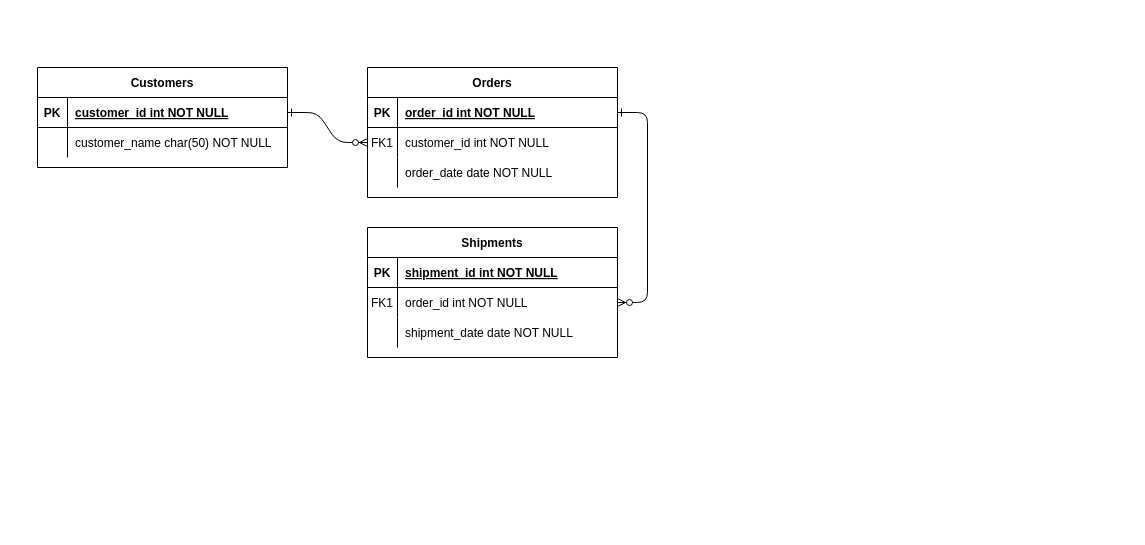
The draw.io diagram model_conceptual.drawio in vladmagosin/modelare_db, before the edit. Source tidied: cells renumbered, new cells numbered last; positions are measured from the earlier drawing's top-left corner, leaving out a move shared by most shapes. Both pictures are drawn from the tidied source at 100%, with x=0, y=0 at pixel (37, 67).
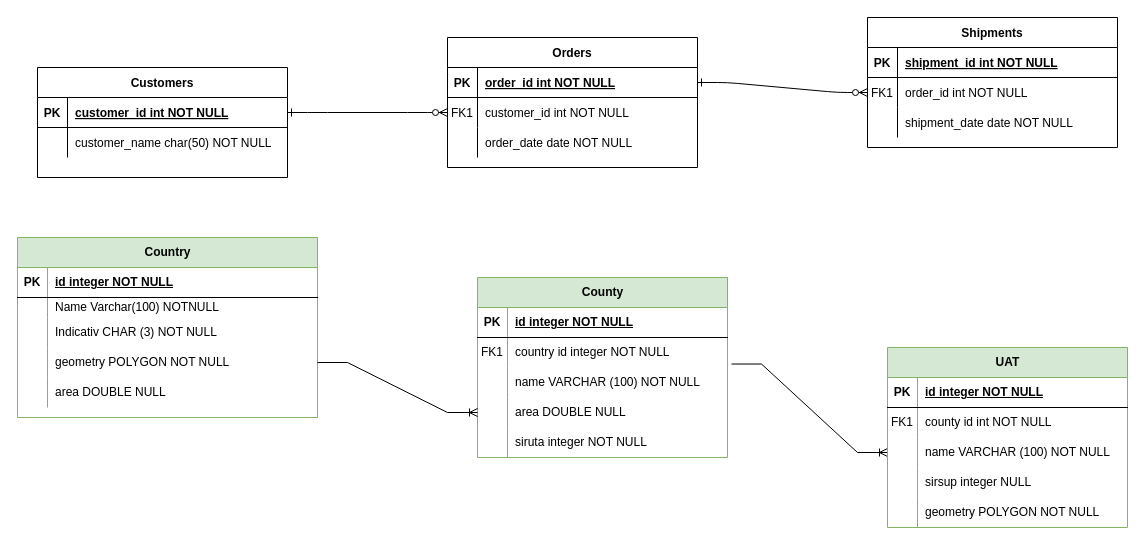
The same page after the edit.

Diff of the diagram source:
```diff
@@
     <mxCell id="4" value="Orders" style="shape=table;startSize=30;childLayout=tableLayout;rowLines=0;fontStyle=1;align=center;" parent="1" vertex="1">
-      <mxGeometry x="330" width="250" height="130" as="geometry" />
+      <mxGeometry x="410" y="-30" width="250" height="130" as="geometry" />
     </mxCell>
@@
     <mxCell id="14" value="Shipments" style="shape=table;startSize=30;childLayout=tableLayout;rowLines=0;fontStyle=1;align=center;" parent="1" vertex="1">
-      <mxGeometry x="330" y="160" width="250" height="130" as="geometry" />
+      <mxGeometry x="830" y="-50" width="250" height="130" as="geometry" />
     </mxCell>
@@
     <mxCell id="24" value="Customers" style="shape=table;startSize=30;childLayout=tableLayout;rowLines=0;fontStyle=1;align=center;" parent="1" vertex="1">
-      <mxGeometry width="250" height="100" as="geometry" />
+      <mxGeometry width="250" height="110" as="geometry" />
     </mxCell>
@@
+    <mxCell id="31" value="Country" style="shape=table;startSize=30;childLayout=tableLayout;rowLines=0;fontStyle=1;align=center;html=1;fillColor=#d5e8d4;strokeColor=#82b366;" parent="1" vertex="1">
+      <mxGeometry x="-20" y="170" width="300" height="180" as="geometry" />
+    </mxCell>
+    <mxCell id="32" style="shape=tableRow;horizontal=0;startSize=0;swimlaneHead=0;swimlaneBody=0;fillColor=none;top=0;left=0;right=0;bottom=1;" parent="31" vertex="1">
+      <mxGeometry y="30" width="300" height="30" as="geometry" />
+    </mxCell>
+    <mxCell id="33" value="PK" style="shape=partialRectangle;fillColor=none;top=0;left=0;bottom=0;right=0;fontStyle=1;overflow=hidden;whiteSpace=wrap;html=1;" parent="32" vertex="1">
+      <mxGeometry width="30" height="30" as="geometry" />
+    </mxCell>
+    <mxCell id="34" value="id integer NOT NULL" style="shape=partialRectangle;fillColor=none;top=0;left=0;bottom=0;right=0;align=left;spacingLeft=6;fontStyle=5;overflow=hidden;whiteSpace=wrap;html=1;" parent="32" vertex="1">
+      <mxGeometry x="30" width="270" height="30" as="geometry" />
+    </mxCell>
+    <mxCell id="35" style="shape=tableRow;horizontal=0;startSize=0;swimlaneHead=0;swimlaneBody=0;fillColor=none;top=0;left=0;right=0;bottom=0;" parent="31" vertex="1">
+      <mxGeometry y="60" width="300" height="20" as="geometry" />
+    </mxCell>
+    <mxCell id="36" style="shape=partialRectangle;fillColor=none;top=0;left=0;bottom=0;right=0;overflow=hidden;whiteSpace=wrap;html=1;" parent="35" vertex="1">
+      <mxGeometry width="30" height="20" as="geometry" />
+    </mxCell>
+    <mxCell id="37" value="Name Varchar(100) NOTNULL" style="shape=partialRectangle;fillColor=none;top=0;left=0;bottom=0;right=0;align=left;spacingLeft=6;overflow=hidden;whiteSpace=wrap;html=1;" parent="35" vertex="1">
+      <mxGeometry x="30" width="270" height="20" as="geometry" />
+    </mxCell>
+    <mxCell id="38" style="shape=tableRow;horizontal=0;startSize=0;swimlaneHead=0;swimlaneBody=0;fillColor=none;top=0;left=0;right=0;bottom=0;" parent="31" vertex="1">
+      <mxGeometry y="80" width="300" height="30" as="geometry" />
+    </mxCell>
+    <mxCell id="39" style="shape=partialRectangle;fillColor=none;top=0;left=0;bottom=0;right=0;overflow=hidden;whiteSpace=wrap;html=1;" parent="38" vertex="1">
+      <mxGeometry width="30" height="30" as="geometry" />
+    </mxCell>
+    <mxCell id="40" value="Indicativ CHAR (3) NOT NULL" style="shape=partialRectangle;fillColor=none;top=0;left=0;bottom=0;right=0;align=left;spacingLeft=6;overflow=hidden;whiteSpace=wrap;html=1;" parent="38" vertex="1">
+      <mxGeometry x="30" width="270" height="30" as="geometry" />
+    </mxCell>
+    <mxCell id="41" style="shape=tableRow;horizontal=0;startSize=0;swimlaneHead=0;swimlaneBody=0;fillColor=none;points=[[0,0.5],[1,0.5]];portConstraint=eastwest;top=0;left=0;right=0;bottom=0;" parent="31" vertex="1">
+      <mxGeometry y="110" width="300" height="30" as="geometry" />
+    </mxCell>
+    <mxCell id="42" style="shape=partialRectangle;fillColor=none;top=0;left=0;bottom=0;right=0;overflow=hidden;whiteSpace=wrap;html=1;" parent="41" vertex="1">
+      <mxGeometry width="30" height="30" as="geometry" />
+    </mxCell>
+    <mxCell id="43" value="geometry POLYGON NOT NULL" style="shape=partialRectangle;fillColor=none;top=0;left=0;bottom=0;right=0;align=left;spacingLeft=6;overflow=hidden;whiteSpace=wrap;html=1;" parent="41" vertex="1">
+      <mxGeometry x="30" width="270" height="30" as="geometry" />
+    </mxCell>
+    <mxCell id="44" style="shape=tableRow;horizontal=0;startSize=0;swimlaneHead=0;swimlaneBody=0;fillColor=none;top=0;left=0;right=0;bottom=0;" parent="31" vertex="1">
+      <mxGeometry y="140" width="300" height="30" as="geometry" />
+    </mxCell>
+    <mxCell id="45" style="shape=partialRectangle;fillColor=none;top=0;left=0;bottom=0;right=0;overflow=hidden;whiteSpace=wrap;html=1;" parent="44" vertex="1">
+      <mxGeometry width="30" height="30" as="geometry" />
+    </mxCell>
+    <mxCell id="46" value="area DOUBLE NULL" style="shape=partialRectangle;fillColor=none;top=0;left=0;bottom=0;right=0;align=left;spacingLeft=6;overflow=hidden;whiteSpace=wrap;html=1;" parent="44" vertex="1">
+      <mxGeometry x="30" width="270" height="30" as="geometry" />
+    </mxCell>
+    <mxCell id="47" value="County" style="shape=table;startSize=30;childLayout=tableLayout;rowLines=0;fontStyle=1;align=center;html=1;fillColor=#d5e8d4;strokeColor=#82b366;" parent="1" vertex="1">
+      <mxGeometry x="440" y="210" width="250" height="180" as="geometry" />
+    </mxCell>
+    <mxCell id="48" style="shape=tableRow;horizontal=0;startSize=0;swimlaneHead=0;swimlaneBody=0;fillColor=none;top=0;left=0;right=0;bottom=1;" parent="47" vertex="1">
+      <mxGeometry y="30" width="250" height="30" as="geometry" />
+    </mxCell>
+    <mxCell id="49" value="PK" style="shape=partialRectangle;fillColor=none;top=0;left=0;bottom=0;right=0;fontStyle=1;overflow=hidden;whiteSpace=wrap;html=1;" parent="48" vertex="1">
+      <mxGeometry width="30" height="30" as="geometry" />
+    </mxCell>
+    <mxCell id="50" value="id integer NOT NULL" style="shape=partialRectangle;fillColor=none;top=0;left=0;bottom=0;right=0;align=left;spacingLeft=6;fontStyle=5;overflow=hidden;whiteSpace=wrap;html=1;" parent="48" vertex="1">
+      <mxGeometry x="30" width="220" height="30" as="geometry" />
+    </mxCell>
+    <mxCell id="51" style="shape=tableRow;horizontal=0;startSize=0;swimlaneHead=0;swimlaneBody=0;fillColor=none;points=[[0,0.5],[1,0.5]];portConstraint=eastwest;top=0;left=0;right=0;bottom=0;" parent="47" vertex="1">
+      <mxGeometry y="60" width="250" height="30" as="geometry" />
+    </mxCell>
+    <mxCell id="52" value="FK1" style="shape=partialRectangle;fillColor=none;top=0;left=0;bottom=0;right=0;overflow=hidden;whiteSpace=wrap;html=1;" parent="51" vertex="1">
+      <mxGeometry width="30" height="30" as="geometry" />
+    </mxCell>
+    <mxCell id="53" value="country id integer NOT NULL" style="shape=partialRectangle;fillColor=none;top=0;left=0;bottom=0;right=0;align=left;spacingLeft=6;overflow=hidden;whiteSpace=wrap;html=1;" parent="51" vertex="1">
+      <mxGeometry x="30" width="220" height="30" as="geometry" />
+    </mxCell>
+    <mxCell id="54" style="shape=tableRow;horizontal=0;startSize=0;swimlaneHead=0;swimlaneBody=0;fillColor=none;top=0;left=0;right=0;bottom=0;" parent="47" vertex="1">
+      <mxGeometry y="90" width="250" height="30" as="geometry" />
+    </mxCell>
+    <mxCell id="55" style="shape=partialRectangle;fillColor=none;top=0;left=0;bottom=0;right=0;overflow=hidden;whiteSpace=wrap;html=1;" parent="54" vertex="1">
+      <mxGeometry width="30" height="30" as="geometry" />
+    </mxCell>
+    <mxCell id="56" value="name VARCHAR (100) NOT NULL" style="shape=partialRectangle;fillColor=none;top=0;left=0;bottom=0;right=0;align=left;spacingLeft=6;overflow=hidden;whiteSpace=wrap;html=1;" parent="54" vertex="1">
+      <mxGeometry x="30" width="220" height="30" as="geometry" />
+    </mxCell>
+    <mxCell id="57" style="shape=tableRow;horizontal=0;startSize=0;swimlaneHead=0;swimlaneBody=0;fillColor=none;points=[[0,0.5],[1,0.5]];portConstraint=eastwest;top=0;left=0;right=0;bottom=0;" parent="47" vertex="1">
+      <mxGeometry y="120" width="250" height="30" as="geometry" />
+    </mxCell>
+    <mxCell id="58" style="shape=partialRectangle;fillColor=none;top=0;left=0;bottom=0;right=0;overflow=hidden;whiteSpace=wrap;html=1;" parent="57" vertex="1">
+      <mxGeometry width="30" height="30" as="geometry" />
+    </mxCell>
+    <mxCell id="59" value="area DOUBLE NULL" style="shape=partialRectangle;fillColor=none;top=0;left=0;bottom=0;right=0;align=left;spacingLeft=6;overflow=hidden;whiteSpace=wrap;html=1;" parent="57" vertex="1">
+      <mxGeometry x="30" width="220" height="30" as="geometry" />
+    </mxCell>
+    <mxCell id="60" style="shape=tableRow;horizontal=0;startSize=0;swimlaneHead=0;swimlaneBody=0;fillColor=none;top=0;left=0;right=0;bottom=0;" parent="47" vertex="1">
+      <mxGeometry y="150" width="250" height="30" as="geometry" />
+    </mxCell>
+    <mxCell id="61" style="shape=partialRectangle;fillColor=none;top=0;left=0;bottom=0;right=0;overflow=hidden;whiteSpace=wrap;html=1;" parent="60" vertex="1">
+      <mxGeometry width="30" height="30" as="geometry" />
+    </mxCell>
+    <mxCell id="62" value="siruta integer NOT NULL" style="shape=partialRectangle;fillColor=none;top=0;left=0;bottom=0;right=0;align=left;spacingLeft=6;overflow=hidden;whiteSpace=wrap;html=1;" parent="60" vertex="1">
+      <mxGeometry x="30" width="220" height="30" as="geometry" />
+    </mxCell>
+    <mxCell id="63" style="edgeStyle=entityRelationEdgeStyle;fontSize=12;html=1;endArrow=ERoneToMany;rounded=0;exitX=1;exitY=0.5;exitDx=0;exitDy=0;entryX=0;entryY=0.5;entryDx=0;entryDy=0;" parent="1" edge="1" source="41" target="57">
+      <mxGeometry relative="1" as="geometry" />
+    </mxCell>
+    <mxCell id="64" style="edgeStyle=entityRelationEdgeStyle;fontSize=12;html=1;endArrow=ERoneToMany;rounded=0;exitX=1.016;exitY=0.884;exitDx=0;exitDy=0;exitPerimeter=0;entryX=0;entryY=0.5;entryDx=0;entryDy=0;" parent="1" edge="1" source="51" target="72">
+      <mxGeometry relative="1" as="geometry" />
+    </mxCell>
+    <mxCell id="65" value="UAT" style="shape=table;startSize=30;childLayout=tableLayout;rowLines=0;fontStyle=1;align=center;html=1;fillColor=#d5e8d4;strokeColor=#82b366;" parent="1" vertex="1">
+      <mxGeometry x="850" y="280" width="240" height="180" as="geometry" />
+    </mxCell>
+    <mxCell id="66" style="shape=tableRow;horizontal=0;startSize=0;swimlaneHead=0;swimlaneBody=0;fillColor=none;top=0;left=0;right=0;bottom=1;" parent="65" vertex="1">
+      <mxGeometry y="30" width="240" height="30" as="geometry" />
+    </mxCell>
+    <mxCell id="67" value="PK" style="shape=partialRectangle;fillColor=none;top=0;left=0;bottom=0;right=0;fontStyle=1;overflow=hidden;whiteSpace=wrap;html=1;" parent="66" vertex="1">
+      <mxGeometry width="30" height="30" as="geometry" />
+    </mxCell>
+    <mxCell id="68" value="id integer NOT NULL" style="shape=partialRectangle;fillColor=none;top=0;left=0;bottom=0;right=0;align=left;spacingLeft=6;fontStyle=5;overflow=hidden;whiteSpace=wrap;html=1;" parent="66" vertex="1">
+      <mxGeometry x="30" width="210" height="30" as="geometry" />
+    </mxCell>
+    <mxCell id="69" style="shape=tableRow;horizontal=0;startSize=0;swimlaneHead=0;swimlaneBody=0;fillColor=none;top=0;left=0;right=0;bottom=0;" parent="65" vertex="1">
+      <mxGeometry y="60" width="240" height="30" as="geometry" />
+    </mxCell>
+    <mxCell id="70" value="FK1" style="shape=partialRectangle;fillColor=none;top=0;left=0;bottom=0;right=0;overflow=hidden;whiteSpace=wrap;html=1;" parent="69" vertex="1">
+      <mxGeometry width="30" height="30" as="geometry" />
+    </mxCell>
+    <mxCell id="71" value="county id int NOT NULL" style="shape=partialRectangle;fillColor=none;top=0;left=0;bottom=0;right=0;align=left;spacingLeft=6;overflow=hidden;whiteSpace=wrap;html=1;" parent="69" vertex="1">
+      <mxGeometry x="30" width="210" height="30" as="geometry" />
+    </mxCell>
+    <mxCell id="72" style="shape=tableRow;horizontal=0;startSize=0;swimlaneHead=0;swimlaneBody=0;fillColor=none;points=[[0,0.5],[1,0.5]];portConstraint=eastwest;top=0;left=0;right=0;bottom=0;" parent="65" vertex="1">
+      <mxGeometry y="90" width="240" height="30" as="geometry" />
+    </mxCell>
+    <mxCell id="73" style="shape=partialRectangle;fillColor=none;top=0;left=0;bottom=0;right=0;overflow=hidden;whiteSpace=wrap;html=1;" parent="72" vertex="1">
+      <mxGeometry width="30" height="30" as="geometry" />
+    </mxCell>
+    <mxCell id="74" value="name VARCHAR (100) NOT NULL" style="shape=partialRectangle;fillColor=none;top=0;left=0;bottom=0;right=0;align=left;spacingLeft=6;overflow=hidden;whiteSpace=wrap;html=1;" parent="72" vertex="1">
+      <mxGeometry x="30" width="210" height="30" as="geometry" />
+    </mxCell>
+    <mxCell id="75" style="shape=tableRow;horizontal=0;startSize=0;swimlaneHead=0;swimlaneBody=0;fillColor=none;top=0;left=0;right=0;bottom=0;" parent="65" vertex="1">
+      <mxGeometry y="120" width="240" height="30" as="geometry" />
+    </mxCell>
+    <mxCell id="76" style="shape=partialRectangle;fillColor=none;top=0;left=0;bottom=0;right=0;overflow=hidden;whiteSpace=wrap;html=1;" parent="75" vertex="1">
+      <mxGeometry width="30" height="30" as="geometry" />
+    </mxCell>
+    <mxCell id="77" value="sirsup integer NULL" style="shape=partialRectangle;fillColor=none;top=0;left=0;bottom=0;right=0;align=left;spacingLeft=6;overflow=hidden;whiteSpace=wrap;html=1;" parent="75" vertex="1">
+      <mxGeometry x="30" width="210" height="30" as="geometry" />
+    </mxCell>
+    <mxCell id="78" style="shape=tableRow;horizontal=0;startSize=0;swimlaneHead=0;swimlaneBody=0;fillColor=none;top=0;left=0;right=0;bottom=0;" parent="65" vertex="1">
+      <mxGeometry y="150" width="240" height="30" as="geometry" />
+    </mxCell>
+    <mxCell id="79" style="shape=partialRectangle;fillColor=none;top=0;left=0;bottom=0;right=0;overflow=hidden;whiteSpace=wrap;html=1;" parent="78" vertex="1">
+      <mxGeometry width="30" height="30" as="geometry" />
+    </mxCell>
+    <mxCell id="80" value="geometry POLYGON NOT NULL" style="shape=partialRectangle;fillColor=none;top=0;left=0;bottom=0;right=0;align=left;spacingLeft=6;overflow=hidden;whiteSpace=wrap;html=1;" parent="78" vertex="1">
+      <mxGeometry x="30" width="210" height="30" as="geometry" />
+    </mxCell>
```
